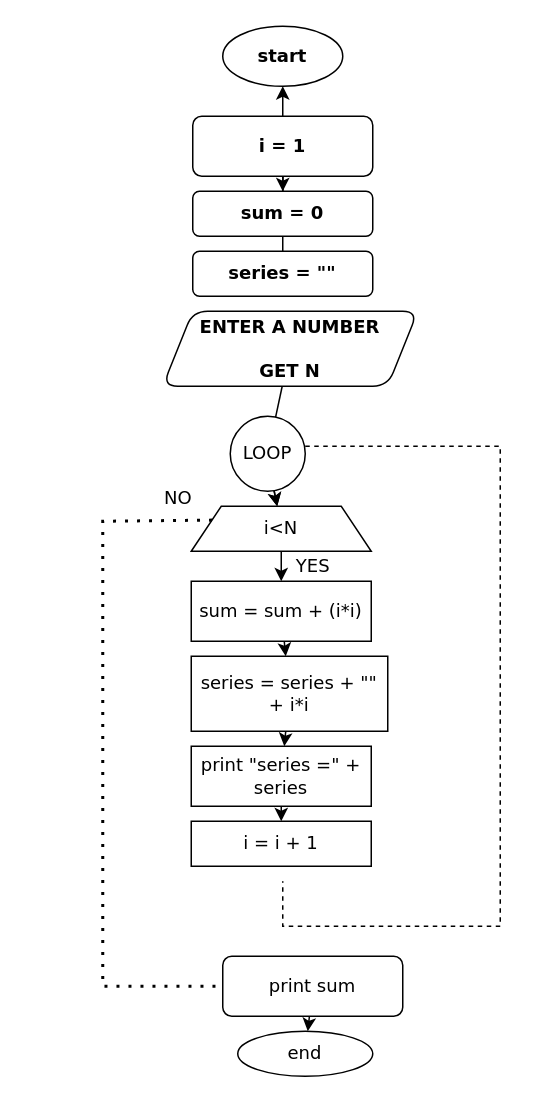
Before: Untitled Diagram.drawio in ISIKALU01/JOBPORTAL, a draw.io diagram. Source tidied: cells renumbered, new cells numbered last; positions are measured from the earlier drawing's top-left corner, leaving out a move shared by most shapes. Both pictures are drawn from the tidied source at 150%, with x=0, y=0 at pixel (102, 26).
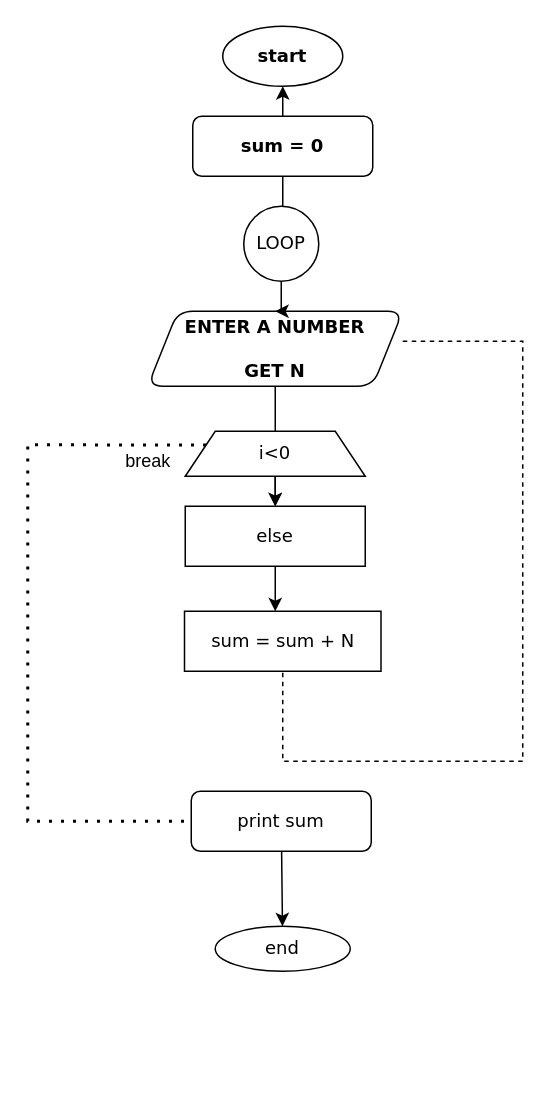
The same page after the edit.

What changed in the source:
```diff
@@
-    <mxCell id="4" style="edgeStyle=none;rounded=0;jettySize=auto;html=1;fontFamily=Verdana;" parent="1" edge="1" source="6" target="8">
-      <mxGeometry relative="1" as="geometry" />
-    </mxCell>
-    <mxCell id="5" style="edgeStyle=none;rounded=0;jettySize=auto;html=1;fontFamily=Verdana;" parent="1" edge="1" source="6">
+    <mxCell id="5" style="edgeStyle=none;rounded=0;jettySize=auto;html=1;fontFamily=Verdana;startArrow=none;" parent="1" edge="1" source="15">
       <mxGeometry relative="1" as="geometry">
         <mxPoint x="120" y="170" as="targetPoint" />
         <Array as="points">
           <mxPoint x="120" y="120" />
         </Array>
       </mxGeometry>
     </mxCell>
-    <mxCell id="6" value="i = 1&lt;br&gt;" style="rounded=1;whiteSpace=wrap;html=1;fontFamily=Verdana;fontStyle=1;" parent="1" vertex="1">
+    <mxCell id="6" value="sum = 0" style="rounded=1;whiteSpace=wrap;html=1;fontFamily=Verdana;fontStyle=1;" parent="1" vertex="1">
       <mxGeometry x="60" y="60" width="120" height="40" as="geometry" />
     </mxCell>
-    <mxCell id="7" style="edgeStyle=none;rounded=0;orthogonalLoop=1;jettySize=auto;html=1;fontFamily=Verdana;" parent="1" edge="1">
-      <mxGeometry relative="1" as="geometry">
-        <mxPoint x="120" y="190" as="sourcePoint" />
-        <mxPoint x="120" y="200" as="targetPoint" />
-      </mxGeometry>
-    </mxCell>
-    <mxCell id="8" value="&lt;b&gt;sum = 0&lt;/b&gt;" style="whiteSpace=wrap;html=1;fontFamily=Verdana;rounded=1;fontStyle=0;" parent="1" vertex="1">
-      <mxGeometry x="60" y="110" width="120" height="30" as="geometry" />
-    </mxCell>
-    <mxCell id="9" value="&lt;b&gt;series = &quot;&quot;&lt;/b&gt;" style="rounded=1;whiteSpace=wrap;html=1;fontFamily=Verdana;fontStyle=0;" parent="1" vertex="1">
-      <mxGeometry x="60" y="150" width="120" height="30" as="geometry" />
-    </mxCell>
-    <mxCell id="10" style="edgeStyle=none;rounded=0;jettySize=auto;html=1;fontFamily=Verdana;startArrow=none;" parent="1" edge="1" source="15" target="14">
-      <mxGeometry relative="1" as="geometry" />
-    </mxCell>
+    <mxCell id="31" style="edgeStyle=orthogonalEdgeStyle;rounded=0;jettySize=auto;html=1;" parent="1" edge="1" source="11" target="19">
+      <mxGeometry relative="1" as="geometry" />
+    </mxCell>
     <mxCell id="11" value="ENTER A NUMBER&lt;br&gt;&lt;br&gt;GET N" style="shape=parallelogram;perimeter=parallelogramPerimeter;whiteSpace=wrap;html=1;fixedSize=1;fontFamily=Verdana;rounded=1;fontStyle=1;" parent="1" vertex="1">
-      <mxGeometry x="40" y="190" width="170" height="50" as="geometry" />
+      <mxGeometry x="30" y="190" width="170" height="50" as="geometry" />
     </mxCell>
-    <mxCell id="12" style="edgeStyle=none;rounded=0;jettySize=auto;html=1;fontFamily=Verdana;" parent="1" edge="1" source="15" target="14">
-      <mxGeometry relative="1" as="geometry" />
-    </mxCell>
@@
-    <mxCell id="14" value="i&amp;lt;N" style="shape=trapezoid;perimeter=trapezoidPerimeter;whiteSpace=wrap;html=1;fixedSize=1;fontFamily=Verdana;" parent="1" vertex="1">
-      <mxGeometry x="59" y="320" width="120" height="30" as="geometry" />
+    <mxCell id="14" value="i&amp;lt;0" style="shape=trapezoid;perimeter=trapezoidPerimeter;whiteSpace=wrap;html=1;fixedSize=1;fontFamily=Verdana;" parent="1" vertex="1">
+      <mxGeometry x="55" y="270" width="120" height="30" as="geometry" />
     </mxCell>
-    <mxCell id="15" value="LOOP" style="ellipse;whiteSpace=wrap;html=1;fontFamily=Verdana;" parent="1" vertex="1">
-      <mxGeometry x="85" y="260" width="50" height="50" as="geometry" />
-    </mxCell>
-    <mxCell id="16" style="edgeStyle=none;rounded=0;jettySize=auto;html=1;fontFamily=Verdana;endArrow=none;" parent="1" edge="1" source="11" target="15">
-      <mxGeometry relative="1" as="geometry" />
-    </mxCell>
-    <mxCell id="17" style="endArrow=none;dashed=1;html=1;rounded=0;fontFamily=Verdana;" parent="1" edge="1">
+    <mxCell id="17" style="endArrow=none;dashed=1;html=1;rounded=0;fontFamily=Verdana;entryX=0.5;entryY=1;entryDx=0;entryDy=0;" parent="1" edge="1" target="24">
       <mxGeometry relative="1" as="geometry">
-        <mxPoint x="135" y="280" as="sourcePoint" />
-        <mxPoint x="120" y="570" as="targetPoint" />
+        <mxPoint x="200" y="210" as="sourcePoint" />
         <Array as="points">
-          <mxPoint x="265" y="280" />
-          <mxPoint x="265" y="600" />
-          <mxPoint x="120" y="600" />
+          <mxPoint x="280" y="210" />
+          <mxPoint x="280" y="490" />
+          <mxPoint x="220" y="490" />
+          <mxPoint x="150" y="490" />
+          <mxPoint x="120" y="490" />
         </Array>
       </mxGeometry>
     </mxCell>
-    <mxCell id="18" style="edgeStyle=none;rounded=0;jettySize=auto;html=1;fontFamily=Verdana;" parent="1" edge="1" source="19" target="24">
-      <mxGeometry relative="1" as="geometry" />
+    <mxCell id="18" style="edgeStyle=none;rounded=0;jettySize=auto;html=1;fontFamily=Verdana;" parent="1" edge="1" source="19">
+      <mxGeometry relative="1" as="geometry">
+        <mxPoint x="115" y="390" as="targetPoint" />
+      </mxGeometry>
     </mxCell>
-    <mxCell id="19" value="sum = sum + (i*i)" style="whiteSpace=wrap;html=1;fontFamily=Verdana;" parent="1" vertex="1">
-      <mxGeometry x="59" y="370" width="120" height="40" as="geometry" />
+    <mxCell id="19" value="else" style="whiteSpace=wrap;html=1;fontFamily=Verdana;" parent="1" vertex="1">
+      <mxGeometry x="55" y="320" width="120" height="40" as="geometry" />
     </mxCell>
-    <mxCell id="20" value="YES" style="text;html=1;align=center;verticalAlign=middle;strokeColor=none;fillColor=none;fontFamily=Verdana;" parent="1" vertex="1">
-      <mxGeometry x="115" y="345" width="50" height="30" as="geometry" />
-    </mxCell>
     <mxCell id="21" style="endArrow=none;dashed=1;html=1;dashPattern=1 3;strokeWidth=2;rounded=0;fontFamily=Verdana;exitX=0;exitY=0.25;exitDx=0;exitDy=0;" parent="1" edge="1" source="14" target="29">
       <mxGeometry relative="1" as="geometry">
         <Array as="points">
-          <mxPoint y="330" />
-          <mxPoint y="640" />
+          <mxPoint x="-50" y="279" />
+          <mxPoint x="-50" y="440" />
+          <mxPoint x="-50" y="530" />
         </Array>
       </mxGeometry>
     </mxCell>
-    <mxCell id="22" value="NO" style="text;html=1;align=center;verticalAlign=middle;strokeColor=none;fillColor=none;fontFamily=Verdana;" parent="1" vertex="1">
-      <mxGeometry x="30" y="300" width="40" height="30" as="geometry" />
-    </mxCell>
-    <mxCell id="23" style="edgeStyle=none;rounded=0;jettySize=auto;html=1;fontFamily=Verdana;" parent="1" edge="1" source="24" target="26">
-      <mxGeometry relative="1" as="geometry" />
-    </mxCell>
-    <mxCell id="24" value="series = series + &quot;&quot; + i*i" style="whiteSpace=wrap;html=1;fontFamily=Verdana;" parent="1" vertex="1">
-      <mxGeometry x="59" y="420" width="131" height="50" as="geometry" />
+    <mxCell id="24" value="sum = sum + N" style="whiteSpace=wrap;html=1;fontFamily=Verdana;" parent="1" vertex="1">
+      <mxGeometry x="54.5" y="390" width="131" height="40" as="geometry" />
     </mxCell>
-    <mxCell id="25" style="edgeStyle=none;rounded=0;jettySize=auto;html=1;fontFamily=Verdana;" parent="1" edge="1" source="26" target="27">
-      <mxGeometry relative="1" as="geometry" />
+    <mxCell id="25" style="edgeStyle=none;rounded=0;orthogonalLoop=1;jettySize=auto;html=1;fontFamily=Verdana;" parent="1" edge="1">
+      <mxGeometry relative="1" as="geometry">
+        <mxPoint x="119" y="520" as="sourcePoint" />
+        <mxPoint x="119" y="530" as="targetPoint" />
+      </mxGeometry>
     </mxCell>
-    <mxCell id="26" value="print &quot;series =&quot; + series" style="whiteSpace=wrap;html=1;fontFamily=Verdana;" parent="1" vertex="1">
-      <mxGeometry x="59" y="480" width="120" height="40" as="geometry" />
-    </mxCell>
-    <mxCell id="27" value="i = i + 1" style="whiteSpace=wrap;html=1;fontFamily=Verdana;" parent="1" vertex="1">
-      <mxGeometry x="59" y="530" width="120" height="30" as="geometry" />
-    </mxCell>
@@
     <mxCell id="29" value="print sum" style="rounded=1;whiteSpace=wrap;html=1;fontFamily=Verdana;" parent="1" vertex="1">
-      <mxGeometry x="80" y="620" width="120" height="40" as="geometry" />
+      <mxGeometry x="59" y="510" width="120" height="40" as="geometry" />
     </mxCell>
     <mxCell id="30" value="end" style="ellipse;whiteSpace=wrap;html=1;fontFamily=Verdana;rounded=1;" parent="1" vertex="1">
-      <mxGeometry x="90" y="670" width="90" height="30" as="geometry" />
+      <mxGeometry x="75" y="600" width="90" height="30" as="geometry" />
     </mxCell>
+    <mxCell id="32" style="edgeStyle=orthogonalEdgeStyle;rounded=0;jettySize=auto;html=1;" parent="1" edge="1" source="15" target="11">
+      <mxGeometry relative="1" as="geometry" />
+    </mxCell>
+    <mxCell id="15" value="LOOP" style="ellipse;whiteSpace=wrap;html=1;fontFamily=Verdana;" parent="1" vertex="1">
+      <mxGeometry x="94" y="120" width="50" height="50" as="geometry" />
+    </mxCell>
+    <mxCell id="33" value="break" style="text;html=1;align=center;verticalAlign=middle;strokeColor=none;fillColor=none;" parent="1" vertex="1">
+      <mxGeometry x="5" y="275" width="50" height="30" as="geometry" />
+    </mxCell>
```
